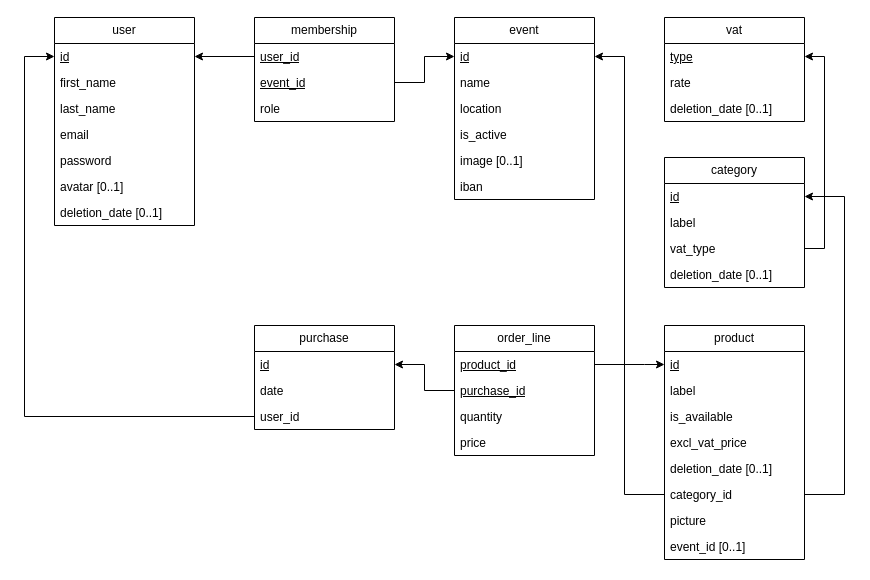
This is database/docs/relational_schema.drawio from maxoux53/smartkiosk, a draw.io file, before an edit. Source tidied: cells renumbered, new cells numbered last; positions are measured from the earlier drawing's top-left corner, leaving out a move shared by most shapes. Both pictures are drawn from the tidied source at 100%, with x=0, y=0 at pixel (24, 17).
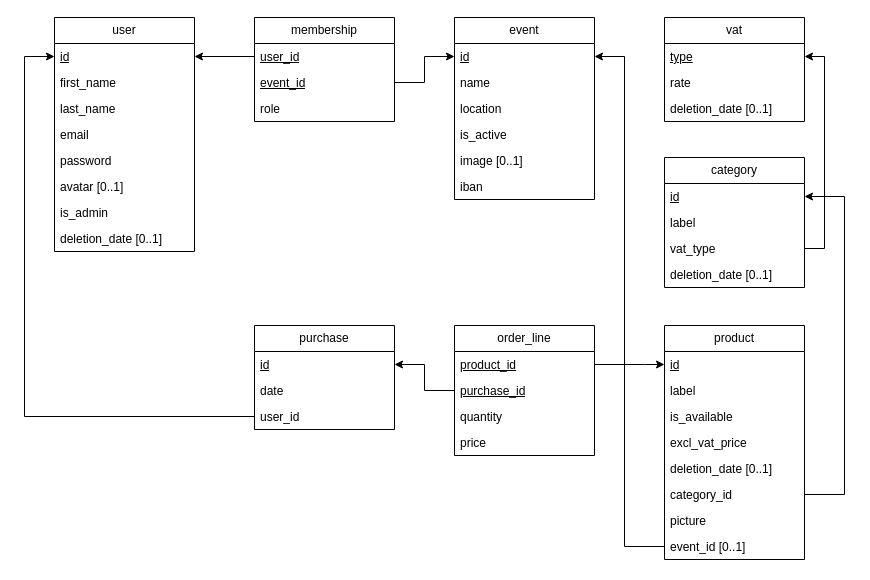
The same page after the edit.

Commit message (it also covers changes not shown here):
fix: is_admin was missing in diagrams

Unchanged cells that the change refers to:
```xml
<mxCell id="11" value="id" style="text;strokeColor=none;fillColor=none;align=left;verticalAlign=top;spacingLeft=4;spacingRight=4;overflow=hidden;points=[[0,0.5],[1,0.5]];portConstraint=eastwest;whiteSpace=wrap;html=1;fontStyle=4;" parent="10" vertex="1">
  <mxGeometry y="26" width="140" height="26" as="geometry" />
</mxCell>
<mxCell id="29" value="event_id [0..1]" style="text;strokeColor=none;fillColor=none;align=left;verticalAlign=top;spacingLeft=4;spacingRight=4;overflow=hidden;points=[[0,0.5],[1,0.5]];portConstraint=eastwest;whiteSpace=wrap;html=1;" parent="21" vertex="1">
  <mxGeometry y="208" width="140" height="26" as="geometry" />
</mxCell>
```

Change to the diagram source:
```diff
@@
     <mxCell id="2" value="user" style="swimlane;fontStyle=0;horizontal=1;startSize=26;fillColor=none;whiteSpace=wrap;html=1;" parent="1" vertex="1">
-      <mxGeometry x="30" width="140" height="208" as="geometry" />
+      <mxGeometry x="30" width="140" height="234" as="geometry" />
     </mxCell>
@@
+    <mxCell id="56" value="is_admin" style="text;strokeColor=none;fillColor=none;align=left;verticalAlign=top;spacingLeft=4;spacingRight=4;overflow=hidden;whiteSpace=wrap;html=1;" parent="2" vertex="1">
+      <mxGeometry y="182" width="140" height="26" as="geometry" />
+    </mxCell>
     <mxCell id="9" value="deletion_date [0..1]" style="text;strokeColor=none;fillColor=none;align=left;verticalAlign=top;spacingLeft=4;spacingRight=4;overflow=hidden;whiteSpace=wrap;html=1;" parent="2" vertex="1">
-      <mxGeometry y="182" width="140" height="26" as="geometry" />
+      <mxGeometry y="208" width="140" height="26" as="geometry" />
     </mxCell>
@@
     <mxCell id="48" style="edgeStyle=orthogonalEdgeStyle;rounded=0;jettySize=auto;html=1;exitX=0;exitY=0.5;exitDx=0;exitDy=0;entryX=1;entryY=0.5;entryDx=0;entryDy=0;" parent="1" edge="1" source="29" target="11">
       <mxGeometry relative="1" as="geometry">
         <Array as="points">
-          <mxPoint x="640" y="477" />
-          <mxPoint x="600" y="477" />
+          <mxPoint x="600" y="529" />
           <mxPoint x="600" y="39" />
         </Array>
       </mxGeometry>
     </mxCell>
```
